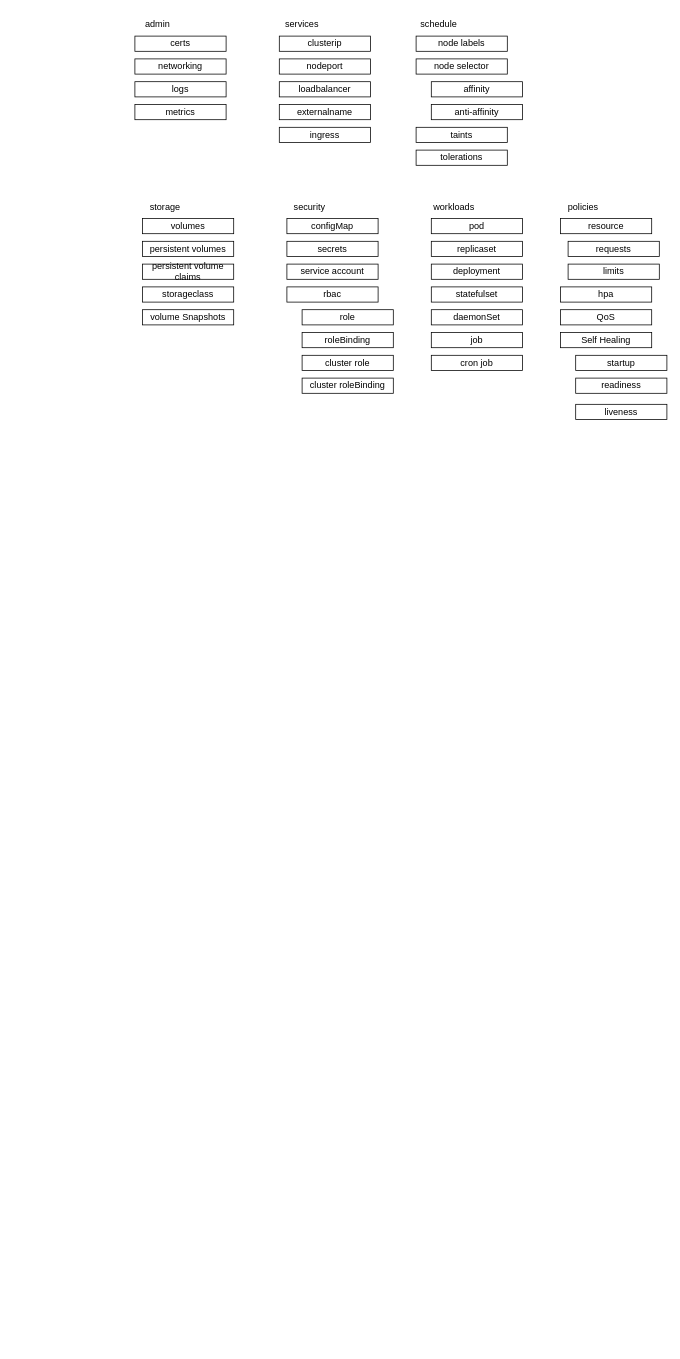
The draw.io diagram kubernetes/k8s.drawio in julianorib/devops, before the edit. Source tidied: cells renumbered, new cells numbered last; positions are measured from the earlier drawing's top-left corner, leaving out a move shared by most shapes. Both pictures are drawn from the tidied source at 76%, with x=0, y=0 at pixel (135, 13).
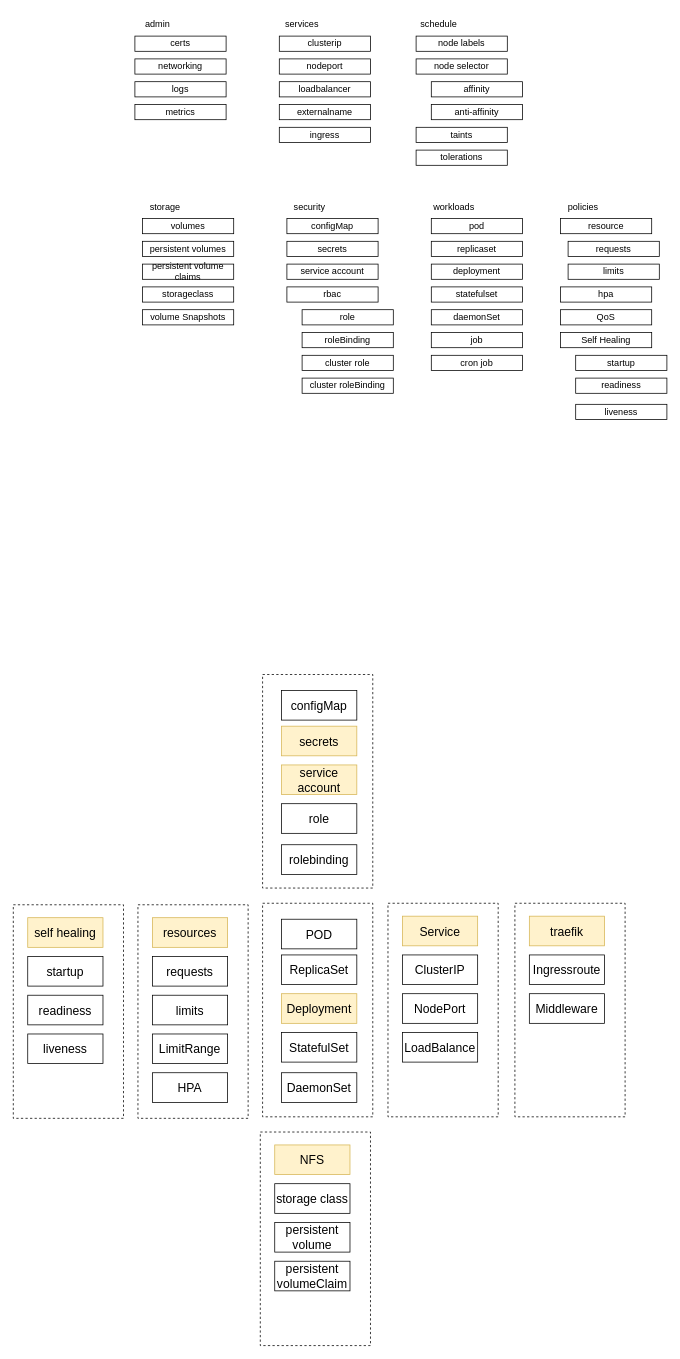
Above is the later version.

Change to the diagram source:
```diff
@@
+    <mxCell id="53" style="rounded=0;whiteSpace=wrap;html=1;fontSize=16;fillColor=none;dashed=1;" parent="1" vertex="1">
+      <mxGeometry x="333" y="1171" width="145" height="281" as="geometry" />
+    </mxCell>
+    <mxCell id="54" style="rounded=0;whiteSpace=wrap;html=1;fontSize=16;fillColor=none;dashed=1;" parent="1" vertex="1">
+      <mxGeometry x="168" y="1171" width="145" height="281" as="geometry" />
+    </mxCell>
+    <mxCell id="55" value="POD" style="rounded=0;whiteSpace=wrap;html=1;fontSize=16;" parent="1" vertex="1">
+      <mxGeometry x="193" y="1192" width="99" height="39" as="geometry" />
+    </mxCell>
+    <mxCell id="56" value="ReplicaSet" style="rounded=0;whiteSpace=wrap;html=1;fontSize=16;" parent="1" vertex="1">
+      <mxGeometry x="193" y="1239" width="99" height="39" as="geometry" />
+    </mxCell>
+    <mxCell id="57" value="Deployment" style="rounded=0;whiteSpace=wrap;html=1;fontSize=16;fillColor=#fff2cc;strokeColor=#d6b656;" parent="1" vertex="1">
+      <mxGeometry x="193" y="1290" width="99" height="39" as="geometry" />
+    </mxCell>
+    <mxCell id="58" value="StatefulSet" style="rounded=0;whiteSpace=wrap;html=1;fontSize=16;" parent="1" vertex="1">
+      <mxGeometry x="193" y="1341" width="99" height="39" as="geometry" />
+    </mxCell>
+    <mxCell id="59" value="DaemonSet" style="rounded=0;whiteSpace=wrap;html=1;fontSize=16;" parent="1" vertex="1">
+      <mxGeometry x="193" y="1394" width="99" height="39" as="geometry" />
+    </mxCell>
+    <mxCell id="60" value="NodePort" style="rounded=0;whiteSpace=wrap;html=1;fontSize=16;" parent="1" vertex="1">
+      <mxGeometry x="352" y="1290" width="99" height="39" as="geometry" />
+    </mxCell>
+    <mxCell id="61" value="ClusterIP" style="rounded=0;whiteSpace=wrap;html=1;fontSize=16;" parent="1" vertex="1">
+      <mxGeometry x="352" y="1239" width="99" height="39" as="geometry" />
+    </mxCell>
+    <mxCell id="62" value="Service" style="rounded=0;whiteSpace=wrap;html=1;fontSize=16;fillColor=#fff2cc;strokeColor=#d6b656;" parent="1" vertex="1">
+      <mxGeometry x="352" y="1188" width="99" height="39" as="geometry" />
+    </mxCell>
+    <mxCell id="63" value="LoadBalance" style="rounded=0;whiteSpace=wrap;html=1;fontSize=16;" parent="1" vertex="1">
+      <mxGeometry x="352" y="1341" width="99" height="39" as="geometry" />
+    </mxCell>
+    <mxCell id="64" style="rounded=0;whiteSpace=wrap;html=1;fontSize=16;fillColor=none;dashed=1;" parent="1" vertex="1">
+      <mxGeometry x="500" y="1171" width="145" height="281" as="geometry" />
+    </mxCell>
+    <mxCell id="65" value="Middleware" style="rounded=0;whiteSpace=wrap;html=1;fontSize=16;" parent="1" vertex="1">
+      <mxGeometry x="519" y="1290" width="99" height="39" as="geometry" />
+    </mxCell>
+    <mxCell id="66" value="Ingressroute" style="rounded=0;whiteSpace=wrap;html=1;fontSize=16;" parent="1" vertex="1">
+      <mxGeometry x="519" y="1239" width="99" height="39" as="geometry" />
+    </mxCell>
+    <mxCell id="67" value="traefik" style="rounded=0;whiteSpace=wrap;html=1;fontSize=16;fillColor=#fff2cc;strokeColor=#d6b656;" parent="1" vertex="1">
+      <mxGeometry x="519" y="1188" width="99" height="39" as="geometry" />
+    </mxCell>
+    <mxCell id="68" style="rounded=0;whiteSpace=wrap;html=1;fontSize=16;fillColor=none;dashed=1;" parent="1" vertex="1">
+      <mxGeometry x="4" y="1173" width="145" height="281" as="geometry" />
+    </mxCell>
+    <mxCell id="69" value="limits" style="rounded=0;whiteSpace=wrap;html=1;fontSize=16;" parent="1" vertex="1">
+      <mxGeometry x="23" y="1292" width="99" height="39" as="geometry" />
+    </mxCell>
+    <mxCell id="70" value="requests" style="rounded=0;whiteSpace=wrap;html=1;fontSize=16;" parent="1" vertex="1">
+      <mxGeometry x="23" y="1241" width="99" height="39" as="geometry" />
+    </mxCell>
+    <mxCell id="71" value="resources" style="rounded=0;whiteSpace=wrap;html=1;fontSize=16;fillColor=#fff2cc;strokeColor=#d6b656;" parent="1" vertex="1">
+      <mxGeometry x="23" y="1190" width="99" height="39" as="geometry" />
+    </mxCell>
+    <mxCell id="72" value="LimitRange" style="rounded=0;whiteSpace=wrap;html=1;fontSize=16;" parent="1" vertex="1">
+      <mxGeometry x="23" y="1343" width="99" height="39" as="geometry" />
+    </mxCell>
+    <mxCell id="73" value="HPA" style="rounded=0;whiteSpace=wrap;html=1;fontSize=16;" parent="1" vertex="1">
+      <mxGeometry x="23" y="1394" width="99" height="39" as="geometry" />
+    </mxCell>
+    <mxCell id="74" style="rounded=0;whiteSpace=wrap;html=1;fontSize=16;fillColor=none;dashed=1;" parent="1" vertex="1">
+      <mxGeometry x="165" y="1472" width="145" height="281" as="geometry" />
+    </mxCell>
+    <mxCell id="75" value="persistent volume" style="rounded=0;whiteSpace=wrap;html=1;fontSize=16;" parent="1" vertex="1">
+      <mxGeometry x="184" y="1591" width="99" height="39" as="geometry" />
+    </mxCell>
+    <mxCell id="76" value="storage class" style="rounded=0;whiteSpace=wrap;html=1;fontSize=16;" parent="1" vertex="1">
+      <mxGeometry x="184" y="1540" width="99" height="39" as="geometry" />
+    </mxCell>
+    <mxCell id="77" value="NFS" style="rounded=0;whiteSpace=wrap;html=1;fontSize=16;fillColor=#fff2cc;strokeColor=#d6b656;" parent="1" vertex="1">
+      <mxGeometry x="184" y="1489" width="99" height="39" as="geometry" />
+    </mxCell>
+    <mxCell id="78" value="persistent volumeClaim" style="rounded=0;whiteSpace=wrap;html=1;fontSize=16;" parent="1" vertex="1">
+      <mxGeometry x="184" y="1642" width="99" height="39" as="geometry" />
+    </mxCell>
+    <mxCell id="79" style="rounded=0;whiteSpace=wrap;html=1;fontSize=16;fillColor=none;dashed=1;" parent="1" vertex="1">
+      <mxGeometry x="168" y="870" width="145" height="281" as="geometry" />
+    </mxCell>
+    <mxCell id="80" value="configMap" style="rounded=0;whiteSpace=wrap;html=1;fontSize=16;" parent="1" vertex="1">
+      <mxGeometry x="193" y="891" width="99" height="39" as="geometry" />
+    </mxCell>
+    <mxCell id="81" value="secrets" style="rounded=0;whiteSpace=wrap;html=1;fontSize=16;fillColor=#fff2cc;strokeColor=#d6b656;" parent="1" vertex="1">
+      <mxGeometry x="193" y="938" width="99" height="39" as="geometry" />
+    </mxCell>
+    <mxCell id="82" value="service&lt;br&gt;account" style="rounded=0;whiteSpace=wrap;html=1;fontSize=16;fillColor=#fff2cc;strokeColor=#d6b656;" parent="1" vertex="1">
+      <mxGeometry x="193" y="989" width="99" height="39" as="geometry" />
+    </mxCell>
+    <mxCell id="83" value="role" style="rounded=0;whiteSpace=wrap;html=1;fontSize=16;" parent="1" vertex="1">
+      <mxGeometry x="193" y="1040" width="99" height="39" as="geometry" />
+    </mxCell>
+    <mxCell id="84" value="rolebinding" style="rounded=0;whiteSpace=wrap;html=1;fontSize=16;" parent="1" vertex="1">
+      <mxGeometry x="193" y="1094" width="99" height="39" as="geometry" />
+    </mxCell>
+    <mxCell id="85" style="rounded=0;whiteSpace=wrap;html=1;fontSize=16;fillColor=none;dashed=1;" parent="1" vertex="1">
+      <mxGeometry x="-160" y="1173" width="145" height="281" as="geometry" />
+    </mxCell>
+    <mxCell id="86" value="readiness" style="rounded=0;whiteSpace=wrap;html=1;fontSize=16;" parent="1" vertex="1">
+      <mxGeometry x="-141" y="1292" width="99" height="39" as="geometry" />
+    </mxCell>
+    <mxCell id="87" value="startup" style="rounded=0;whiteSpace=wrap;html=1;fontSize=16;" parent="1" vertex="1">
+      <mxGeometry x="-141" y="1241" width="99" height="39" as="geometry" />
+    </mxCell>
+    <mxCell id="88" value="self healing" style="rounded=0;whiteSpace=wrap;html=1;fontSize=16;fillColor=#fff2cc;strokeColor=#d6b656;" parent="1" vertex="1">
+      <mxGeometry x="-141" y="1190" width="99" height="39" as="geometry" />
+    </mxCell>
+    <mxCell id="89" value="liveness" style="rounded=0;whiteSpace=wrap;html=1;fontSize=16;" parent="1" vertex="1">
+      <mxGeometry x="-141" y="1343" width="99" height="39" as="geometry" />
+    </mxCell>
```
